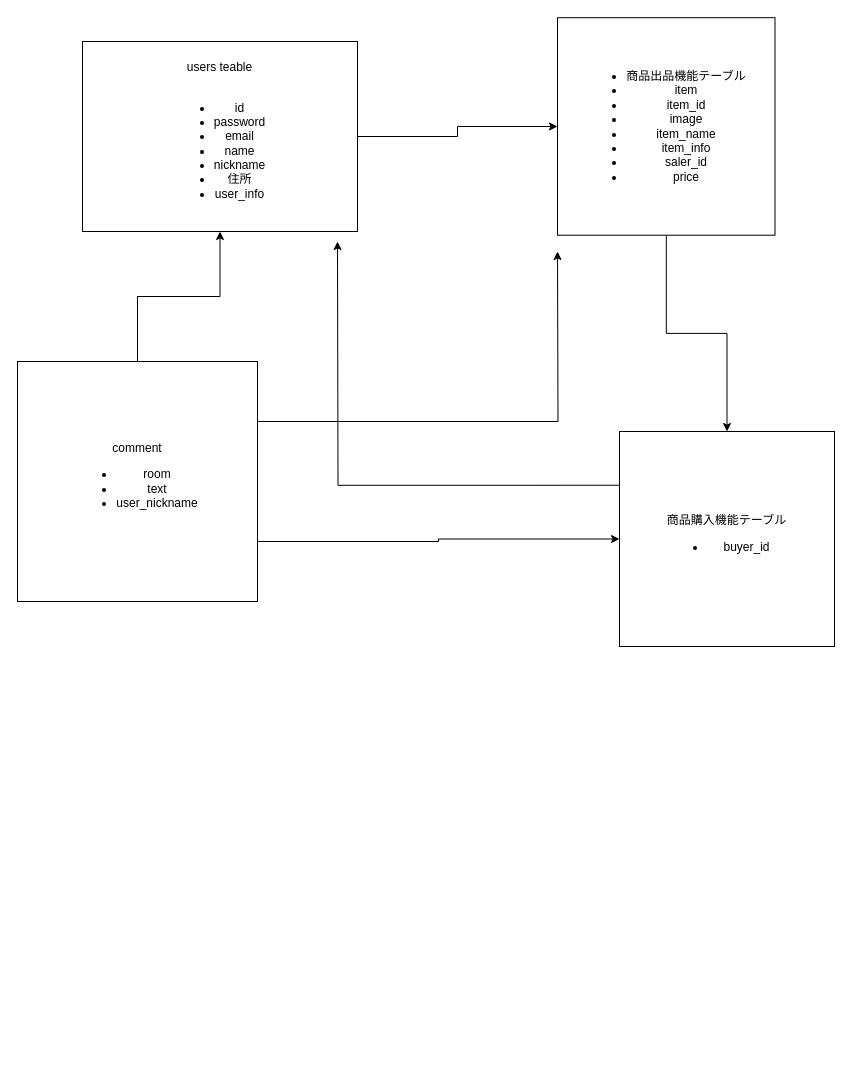
The draw.io diagram test.dio in 20000414t/furima-34444, before the edit. Source tidied: cells renumbered, new cells numbered last; positions are measured from the earlier drawing's top-left corner, leaving out a move shared by most shapes. Both pictures are drawn from the tidied source at 100%, with x=0, y=0 at pixel (17, 17).
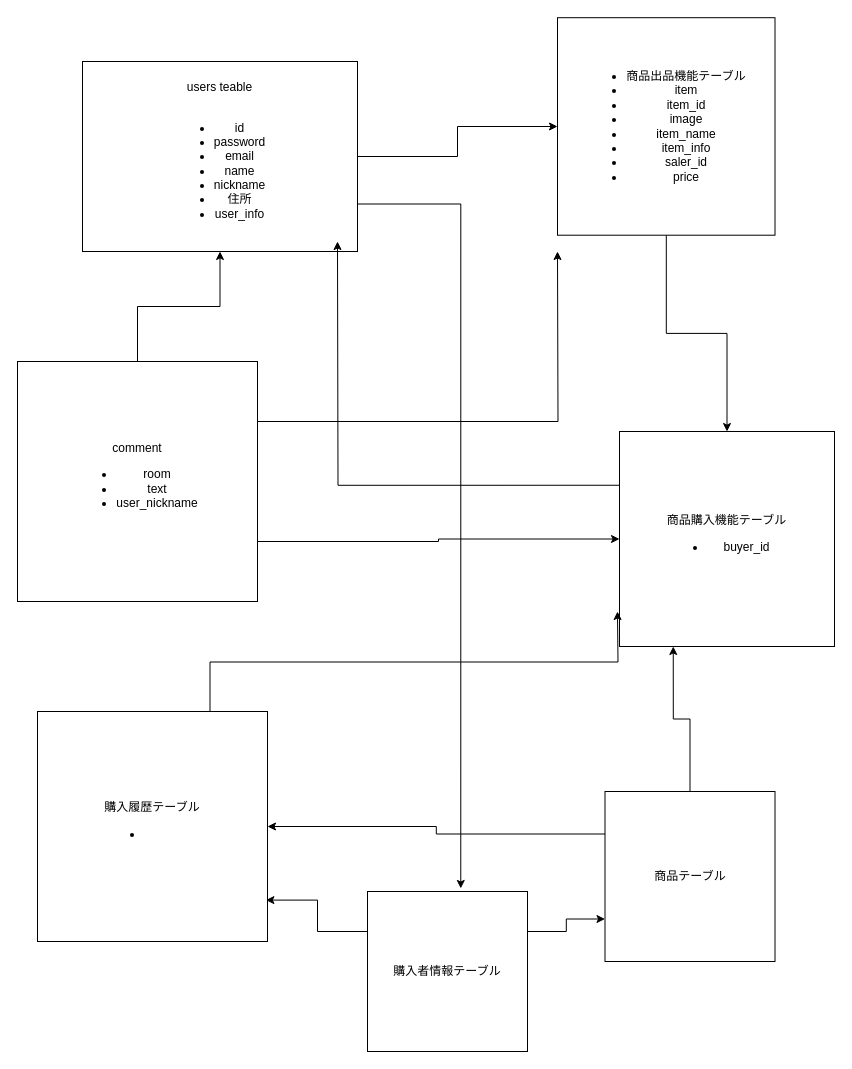
After the change.

The change refers to these unchanged cells:
```xml
<mxCell id="7" value="商品購入機能テーブル&lt;br&gt;&lt;ul&gt;&lt;li&gt;buyer_id&lt;/li&gt;&lt;/ul&gt;" style="whiteSpace=wrap;html=1;align=center;" parent="1" vertex="1">
  <mxGeometry x="602" y="414" width="215" height="215" as="geometry" />
</mxCell>
```

Change to the diagram source:
```diff
@@
+    <mxCell id="12" style="edgeStyle=orthogonalEdgeStyle;rounded=0;jettySize=auto;html=1;exitX=1;exitY=0.75;exitDx=0;exitDy=0;entryX=0.583;entryY=-0.019;entryDx=0;entryDy=0;entryPerimeter=0;" parent="1" edge="1" source="3" target="20">
+      <mxGeometry relative="1" as="geometry" />
+    </mxCell>
     <mxCell id="3" value="users teable&lt;br&gt;&lt;br&gt;&lt;ul&gt;&lt;li&gt;id&lt;/li&gt;&lt;li&gt;password&lt;/li&gt;&lt;li&gt;email&lt;/li&gt;&lt;li&gt;name&lt;/li&gt;&lt;li&gt;nickname&lt;/li&gt;&lt;li&gt;住所&lt;/li&gt;&lt;li&gt;user_info&lt;/li&gt;&lt;/ul&gt;" style="whiteSpace=wrap;html=1;" parent="1" vertex="1">
-      <mxGeometry x="65" y="24" width="275" height="190" as="geometry" />
+      <mxGeometry x="65" y="44" width="275" height="190" as="geometry" />
     </mxCell>
@@
+    <mxCell id="13" style="edgeStyle=orthogonalEdgeStyle;rounded=0;jettySize=auto;html=1;exitX=0.75;exitY=0;exitDx=0;exitDy=0;" parent="1" edge="1" source="14">
+      <mxGeometry relative="1" as="geometry">
+        <mxPoint x="600" y="594" as="targetPoint" />
+      </mxGeometry>
+    </mxCell>
+    <mxCell id="14" value="購入履歴テーブル&lt;br&gt;&lt;ul&gt;&lt;li&gt;　&lt;/li&gt;&lt;/ul&gt;" style="whiteSpace=wrap;html=1;align=center;" parent="1" vertex="1">
+      <mxGeometry x="20" y="694" width="230" height="230" as="geometry" />
+    </mxCell>
+    <mxCell id="15" style="edgeStyle=orthogonalEdgeStyle;rounded=0;jettySize=auto;html=1;exitX=0.5;exitY=0;exitDx=0;exitDy=0;entryX=0.25;entryY=1;entryDx=0;entryDy=0;" parent="1" edge="1" source="17" target="7">
+      <mxGeometry relative="1" as="geometry" />
+    </mxCell>
+    <mxCell id="16" style="edgeStyle=orthogonalEdgeStyle;rounded=0;jettySize=auto;html=1;exitX=0;exitY=0.25;exitDx=0;exitDy=0;" parent="1" edge="1" source="17" target="14">
+      <mxGeometry relative="1" as="geometry" />
+    </mxCell>
+    <mxCell id="17" value="商品テーブル" style="whiteSpace=wrap;html=1;align=center;" parent="1" vertex="1">
+      <mxGeometry x="587.5" y="774" width="170" height="170" as="geometry" />
+    </mxCell>
+    <mxCell id="18" style="edgeStyle=orthogonalEdgeStyle;rounded=0;jettySize=auto;html=1;exitX=0;exitY=0.25;exitDx=0;exitDy=0;entryX=0.993;entryY=0.82;entryDx=0;entryDy=0;entryPerimeter=0;" parent="1" edge="1" source="20" target="14">
+      <mxGeometry relative="1" as="geometry" />
+    </mxCell>
+    <mxCell id="19" style="edgeStyle=orthogonalEdgeStyle;rounded=0;jettySize=auto;html=1;exitX=1;exitY=0.25;exitDx=0;exitDy=0;entryX=0;entryY=0.75;entryDx=0;entryDy=0;" parent="1" edge="1" source="20" target="17">
+      <mxGeometry relative="1" as="geometry" />
+    </mxCell>
+    <mxCell id="20" value="購入者情報テーブル" style="whiteSpace=wrap;html=1;align=center;" parent="1" vertex="1">
+      <mxGeometry x="350" y="874" width="160" height="160" as="geometry" />
+    </mxCell>
```
